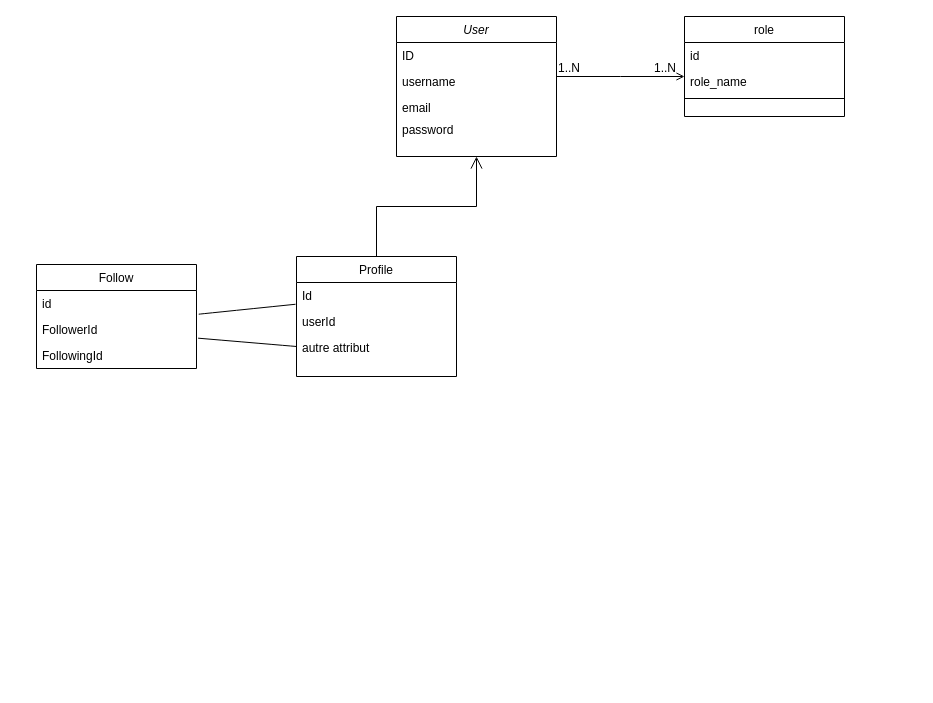
zzemat/Magazine-IMPACT keeps this draw.io diagram as Diagramme sans nom.drawio. Above is the earlier version. Source tidied: cells renumbered, new cells numbered last; positions are measured from the earlier drawing's top-left corner, leaving out a move shared by most shapes. Both pictures are drawn from the tidied source at 100%, with x=0, y=0 at pixel (36, 16).
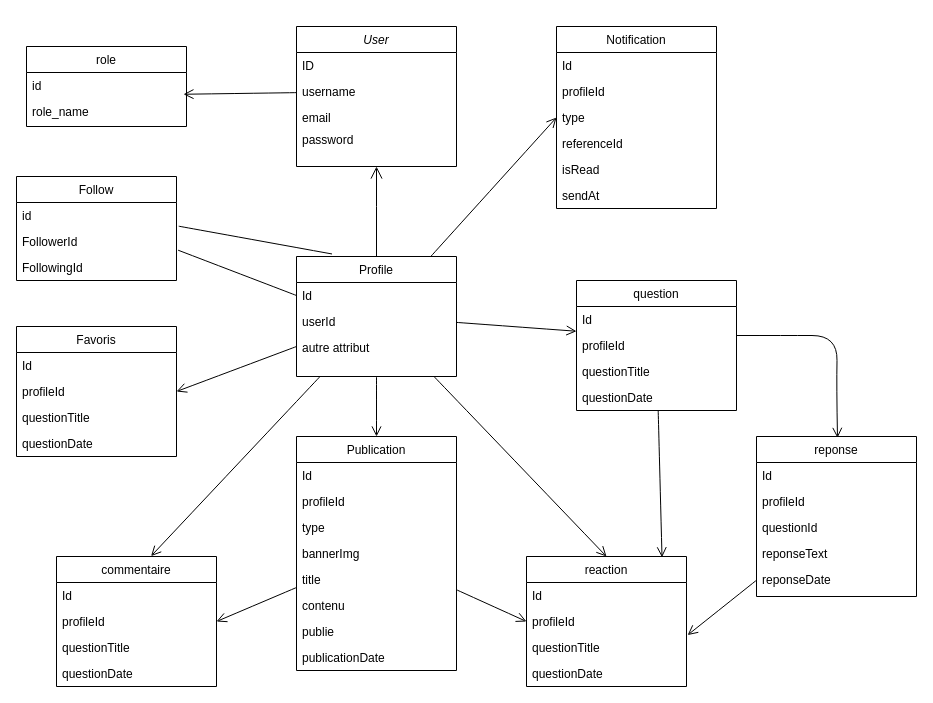
The same diagram, later.

Commit message:
finaliser Diagramme de class

The change refers to these unchanged cells:
```xml
<mxCell id="4" value="username" style="text;align=left;verticalAlign=top;spacingLeft=4;spacingRight=4;overflow=hidden;points=[[0,0.5],[1,0.5]];portConstraint=eastwest;rounded=0;shadow=0;html=0;" parent="2" vertex="1">
  <mxGeometry y="52" width="160" height="26" as="geometry" />
</mxCell>
<mxCell id="7" value="Profile" style="swimlane;fontStyle=0;align=center;verticalAlign=top;horizontal=1;startSize=26;rounded=0;shadow=0;strokeWidth=1;" parent="1" vertex="1">
  <mxGeometry x="260" y="240" width="160" height="120" as="geometry" />
</mxCell>
<mxCell id="8" value="Id" style="text;align=left;verticalAlign=top;spacingLeft=4;spacingRight=4;overflow=hidden;points=[[0,0.5],[1,0.5]];portConstraint=eastwest;" parent="7" vertex="1">
  <mxGeometry y="26" width="160" height="26" as="geometry" />
</mxCell>
<mxCell id="13" value="id" style="text;align=left;verticalAlign=top;spacingLeft=4;spacingRight=4;overflow=hidden;points=[[0,0.5],[1,0.5]];portConstraint=eastwest;" parent="12" vertex="1">
  <mxGeometry y="26" width="160" height="26" as="geometry" />
</mxCell>
<mxCell id="14" value="FollowerId" style="text;align=left;verticalAlign=top;spacingLeft=4;spacingRight=4;overflow=hidden;points=[[0,0.5],[1,0.5]];portConstraint=eastwest;" parent="12" vertex="1">
  <mxGeometry y="52" width="160" height="26" as="geometry" />
</mxCell>
<mxCell id="17" value="id" style="text;align=left;verticalAlign=top;spacingLeft=4;spacingRight=4;overflow=hidden;points=[[0,0.5],[1,0.5]];portConstraint=eastwest;" parent="16" vertex="1">
  <mxGeometry y="26" width="160" height="26" as="geometry" />
</mxCell>
```

What changed in the source:
```diff
@@
     <mxCell id="2" value="User" style="swimlane;fontStyle=2;align=center;verticalAlign=top;horizontal=1;startSize=26;rounded=0;shadow=0;strokeWidth=1;" parent="1" vertex="1">
-      <mxGeometry x="360" width="160" height="140" as="geometry" />
+      <mxGeometry x="260" y="10" width="160" height="140" as="geometry" />
     </mxCell>
@@
+    <mxCell id="25" style="edgeStyle=none;curved=1;rounded=0;jettySize=auto;html=1;entryX=0;entryY=0.5;entryDx=0;entryDy=0;fontSize=12;startSize=8;endSize=8;endArrow=open;endFill=0;" parent="1" edge="1" source="7" target="43">
+      <mxGeometry relative="1" as="geometry" />
+    </mxCell>
+    <mxCell id="26" style="edgeStyle=none;curved=1;rounded=0;jettySize=auto;html=1;entryX=0.5;entryY=0;entryDx=0;entryDy=0;fontSize=12;startSize=8;endSize=8;endArrow=open;endFill=0;" parent="1" edge="1" source="7" target="31">
+      <mxGeometry relative="1" as="geometry" />
+    </mxCell>
+    <mxCell id="27" style="edgeStyle=none;curved=1;rounded=0;jettySize=auto;html=1;entryX=1;entryY=0.5;entryDx=0;entryDy=0;fontSize=12;startSize=8;endSize=8;endArrow=open;endFill=0;" parent="1" edge="1" source="7" target="61">
+      <mxGeometry relative="1" as="geometry" />
+    </mxCell>
+    <mxCell id="28" style="edgeStyle=none;curved=1;rounded=0;jettySize=auto;html=1;entryX=0.5;entryY=0;entryDx=0;entryDy=0;fontSize=12;startSize=8;endSize=8;endArrow=open;endFill=0;" parent="1" edge="1" source="7" target="72">
+      <mxGeometry relative="1" as="geometry" />
+    </mxCell>
@@
     <mxCell id="11" style="endArrow=open;endSize=10;endFill=0;shadow=0;strokeWidth=1;rounded=0;curved=0;edgeStyle=elbowEdgeStyle;elbow=vertical;" parent="1" edge="1" source="7" target="2">
-      <mxGeometry relative="1" as="geometry" />
+      <mxGeometry relative="1" as="geometry">
+        <Array as="points">
+          <mxPoint x="340" y="190" />
+        </Array>
+      </mxGeometry>
     </mxCell>
     <mxCell id="12" value="Follow" style="swimlane;fontStyle=0;align=center;verticalAlign=top;horizontal=1;startSize=26;rounded=0;shadow=0;strokeWidth=1;" parent="1" vertex="1">
-      <mxGeometry y="248" width="160" height="104" as="geometry" />
+      <mxGeometry x="-20" y="160" width="160" height="104" as="geometry" />
     </mxCell>
@@
     <mxCell id="16" value="role" style="swimlane;fontStyle=0;align=center;verticalAlign=top;horizontal=1;startSize=26;rounded=0;shadow=0;strokeWidth=1;" parent="1" vertex="1">
-      <mxGeometry x="648" width="160" height="100" as="geometry" />
+      <mxGeometry x="-10" y="30" width="160" height="80" as="geometry" />
     </mxCell>
@@
-    <mxCell id="19" style="line;html=1;strokeWidth=1;align=left;verticalAlign=middle;spacingTop=-1;spacingLeft=3;spacingRight=3;labelPosition=right;" parent="16" vertex="1">
-      <mxGeometry y="78" width="160" height="8" as="geometry" />
-    </mxCell>
-    <mxCell id="20" style="endArrow=open;shadow=0;strokeWidth=1;rounded=0;curved=0;endFill=1;edgeStyle=elbowEdgeStyle;elbow=vertical;" parent="1" edge="1">
-      <mxGeometry x="0.5" y="41" relative="1" as="geometry">
-        <mxPoint x="520" y="60" as="sourcePoint" />
-        <mxPoint x="648" y="60" as="targetPoint" />
-        <mxPoint x="-40" y="32" as="offset" />
-      </mxGeometry>
-    </mxCell>
-    <mxCell id="21" value="1..N" style="align=left;verticalAlign=bottom;labelBackgroundColor=none;fontSize=12;" parent="20" vertex="1">
-      <mxGeometry x="-1" relative="1" as="geometry" />
-    </mxCell>
-    <mxCell id="22" value="1..N" style="align=right;verticalAlign=bottom;labelBackgroundColor=none;fontSize=12;" parent="20" vertex="1">
-      <mxGeometry x="1" relative="1" as="geometry">
-        <mxPoint x="-7" as="offset" />
-      </mxGeometry>
-    </mxCell>
-    <mxCell id="23" style="edgeStyle=none;curved=1;rounded=0;jettySize=auto;html=1;entryX=-0.006;entryY=0.837;entryDx=0;entryDy=0;entryPerimeter=0;fontSize=12;startSize=8;endSize=8;endArrow=none;endFill=0;exitX=1.014;exitY=0.911;exitDx=0;exitDy=0;exitPerimeter=0;" parent="1" edge="1" source="13" target="8">
+    <mxCell id="23" style="edgeStyle=none;curved=1;rounded=0;jettySize=auto;html=1;entryX=0.222;entryY=-0.021;entryDx=0;entryDy=0;entryPerimeter=0;fontSize=12;startSize=8;endSize=8;endArrow=none;endFill=0;exitX=1.014;exitY=0.911;exitDx=0;exitDy=0;exitPerimeter=0;" parent="1" edge="1" source="13" target="7">
       <mxGeometry relative="1" as="geometry" />
     </mxCell>
-    <mxCell id="24" style="edgeStyle=none;curved=1;rounded=0;jettySize=auto;html=1;entryX=1.01;entryY=0.834;entryDx=0;entryDy=0;entryPerimeter=0;fontSize=12;startSize=8;endSize=8;endArrow=none;endFill=0;exitX=0;exitY=0.75;exitDx=0;exitDy=0;" parent="1" edge="1" source="7" target="14">
+    <mxCell id="24" style="edgeStyle=none;curved=1;rounded=0;jettySize=auto;html=1;entryX=1.01;entryY=0.834;entryDx=0;entryDy=0;entryPerimeter=0;fontSize=12;startSize=8;endSize=8;endArrow=none;endFill=0;exitX=0;exitY=0.5;exitDx=0;exitDy=0;" parent="1" edge="1" source="8" target="14">
       <mxGeometry relative="1" as="geometry" />
     </mxCell>
+    <mxCell id="29" style="edgeStyle=none;curved=1;rounded=0;jettySize=auto;html=1;entryX=1;entryY=0.5;entryDx=0;entryDy=0;fontSize=12;startSize=8;endSize=8;endArrow=open;endFill=0;" parent="1" edge="1" source="31" target="67">
+      <mxGeometry relative="1" as="geometry" />
+    </mxCell>
+    <mxCell id="30" style="edgeStyle=none;curved=1;rounded=0;jettySize=auto;html=1;entryX=0;entryY=0.5;entryDx=0;entryDy=0;fontSize=12;startSize=8;endSize=8;endArrow=open;endFill=0;" parent="1" edge="1" source="31" target="74">
+      <mxGeometry relative="1" as="geometry" />
+    </mxCell>
+    <mxCell id="31" value="Publication" style="swimlane;fontStyle=0;align=center;verticalAlign=top;horizontal=1;startSize=26;rounded=0;shadow=0;strokeWidth=1;" parent="1" vertex="1">
+      <mxGeometry x="260" y="420" width="160" height="234" as="geometry" />
+    </mxCell>
+    <mxCell id="32" value="Id" style="text;align=left;verticalAlign=top;spacingLeft=4;spacingRight=4;overflow=hidden;" parent="31" vertex="1">
+      <mxGeometry y="26" width="160" height="26" as="geometry" />
+    </mxCell>
+    <mxCell id="33" value="profileId" style="text;align=left;verticalAlign=top;spacingLeft=4;spacingRight=4;overflow=hidden;rounded=0;shadow=0;html=0;" parent="31" vertex="1">
+      <mxGeometry y="52" width="160" height="26" as="geometry" />
+    </mxCell>
+    <mxCell id="34" value="type" style="text;align=left;verticalAlign=top;spacingLeft=4;spacingRight=4;overflow=hidden;rounded=0;shadow=0;html=0;" parent="31" vertex="1">
+      <mxGeometry y="78" width="160" height="26" as="geometry" />
+    </mxCell>
+    <mxCell id="35" value="bannerImg" style="text;align=left;verticalAlign=top;spacingLeft=4;spacingRight=4;overflow=hidden;rounded=0;shadow=0;html=0;" parent="31" vertex="1">
+      <mxGeometry y="104" width="160" height="26" as="geometry" />
+    </mxCell>
+    <mxCell id="36" value="title" style="text;align=left;verticalAlign=top;spacingLeft=4;spacingRight=4;overflow=hidden;rounded=0;shadow=0;html=0;" parent="31" vertex="1">
+      <mxGeometry y="130" width="160" height="26" as="geometry" />
+    </mxCell>
+    <mxCell id="37" value="contenu" style="text;align=left;verticalAlign=top;spacingLeft=4;spacingRight=4;overflow=hidden;rounded=0;shadow=0;html=0;" parent="31" vertex="1">
+      <mxGeometry y="156" width="160" height="26" as="geometry" />
+    </mxCell>
+    <mxCell id="38" value="publie" style="text;align=left;verticalAlign=top;spacingLeft=4;spacingRight=4;overflow=hidden;rounded=0;shadow=0;html=0;" parent="31" vertex="1">
+      <mxGeometry y="182" width="160" height="26" as="geometry" />
+    </mxCell>
+    <mxCell id="39" value="publicationDate" style="text;align=left;verticalAlign=top;spacingLeft=4;spacingRight=4;overflow=hidden;rounded=0;shadow=0;html=0;" parent="31" vertex="1">
+      <mxGeometry y="208" width="160" height="26" as="geometry" />
+    </mxCell>
+    <mxCell id="40" value="Notification" style="swimlane;fontStyle=0;align=center;verticalAlign=top;horizontal=1;startSize=26;rounded=0;shadow=0;strokeWidth=1;" parent="1" vertex="1">
+      <mxGeometry x="520" y="10" width="160" height="182" as="geometry" />
+    </mxCell>
+    <mxCell id="41" value="Id" style="text;align=left;verticalAlign=top;spacingLeft=4;spacingRight=4;overflow=hidden;" parent="40" vertex="1">
+      <mxGeometry y="26" width="160" height="26" as="geometry" />
+    </mxCell>
+    <mxCell id="42" value="profileId" style="text;align=left;verticalAlign=top;spacingLeft=4;spacingRight=4;overflow=hidden;rounded=0;shadow=0;html=0;" parent="40" vertex="1">
+      <mxGeometry y="52" width="160" height="26" as="geometry" />
+    </mxCell>
+    <mxCell id="43" value="type" style="text;align=left;verticalAlign=top;spacingLeft=4;spacingRight=4;overflow=hidden;points=[[0,0.5],[1,0.5]];portConstraint=eastwest;rounded=0;shadow=0;html=0;" parent="40" vertex="1">
+      <mxGeometry y="78" width="160" height="26" as="geometry" />
+    </mxCell>
+    <mxCell id="44" value="referenceId" style="text;align=left;verticalAlign=top;spacingLeft=4;spacingRight=4;overflow=hidden;rounded=0;shadow=0;html=0;" parent="40" vertex="1">
+      <mxGeometry y="104" width="160" height="26" as="geometry" />
+    </mxCell>
+    <mxCell id="45" value="isRead" style="text;align=left;verticalAlign=top;spacingLeft=4;spacingRight=4;overflow=hidden;rounded=0;shadow=0;html=0;" parent="40" vertex="1">
+      <mxGeometry y="130" width="160" height="26" as="geometry" />
+    </mxCell>
+    <mxCell id="46" value="sendAt" style="text;align=left;verticalAlign=top;spacingLeft=4;spacingRight=4;overflow=hidden;rounded=0;shadow=0;html=0;" parent="40" vertex="1">
+      <mxGeometry y="156" width="160" height="26" as="geometry" />
+    </mxCell>
+    <mxCell id="47" value="question" style="swimlane;fontStyle=0;align=center;verticalAlign=top;horizontal=1;startSize=26;rounded=0;shadow=0;strokeWidth=1;" parent="1" vertex="1">
+      <mxGeometry x="540" y="264" width="160" height="130" as="geometry" />
+    </mxCell>
+    <mxCell id="48" value="Id" style="text;align=left;verticalAlign=top;spacingLeft=4;spacingRight=4;overflow=hidden;points=[[0,0.5],[1,0.5]];portConstraint=eastwest;" parent="47" vertex="1">
+      <mxGeometry y="26" width="160" height="26" as="geometry" />
+    </mxCell>
+    <mxCell id="49" value="profileId" style="text;align=left;verticalAlign=top;spacingLeft=4;spacingRight=4;overflow=hidden;rounded=0;shadow=0;html=0;" parent="47" vertex="1">
+      <mxGeometry y="52" width="160" height="26" as="geometry" />
+    </mxCell>
+    <mxCell id="50" value="questionTitle" style="text;align=left;verticalAlign=top;spacingLeft=4;spacingRight=4;overflow=hidden;rounded=0;shadow=0;html=0;" parent="47" vertex="1">
+      <mxGeometry y="78" width="160" height="26" as="geometry" />
+    </mxCell>
+    <mxCell id="51" value="questionDate" style="text;align=left;verticalAlign=top;spacingLeft=4;spacingRight=4;overflow=hidden;rounded=0;shadow=0;html=0;" parent="47" vertex="1">
+      <mxGeometry y="104" width="160" height="26" as="geometry" />
+    </mxCell>
+    <mxCell id="52" style="edgeStyle=none;curved=1;rounded=0;jettySize=auto;html=1;fontSize=12;startSize=8;endSize=8;endArrow=open;endFill=0;entryX=0;entryY=0.952;entryDx=0;entryDy=0;entryPerimeter=0;" parent="1" edge="1" source="7" target="48">
+      <mxGeometry relative="1" as="geometry" />
+    </mxCell>
+    <mxCell id="53" value="reponse" style="swimlane;fontStyle=0;align=center;verticalAlign=top;horizontal=1;startSize=26;rounded=0;shadow=0;strokeWidth=1;" parent="1" vertex="1">
+      <mxGeometry x="720" y="420" width="160" height="160" as="geometry" />
+    </mxCell>
+    <mxCell id="54" value="Id" style="text;align=left;verticalAlign=top;spacingLeft=4;spacingRight=4;overflow=hidden;" parent="53" vertex="1">
+      <mxGeometry y="26" width="160" height="26" as="geometry" />
+    </mxCell>
+    <mxCell id="55" value="profileId" style="text;align=left;verticalAlign=top;spacingLeft=4;spacingRight=4;overflow=hidden;rounded=0;shadow=0;html=0;" parent="53" vertex="1">
+      <mxGeometry y="52" width="160" height="26" as="geometry" />
+    </mxCell>
+    <mxCell id="56" value="questionId" style="text;align=left;verticalAlign=top;spacingLeft=4;spacingRight=4;overflow=hidden;rounded=0;shadow=0;html=0;" parent="53" vertex="1">
+      <mxGeometry y="78" width="160" height="26" as="geometry" />
+    </mxCell>
+    <mxCell id="57" value="reponseText" style="text;align=left;verticalAlign=top;spacingLeft=4;spacingRight=4;overflow=hidden;rounded=0;shadow=0;html=0;" parent="53" vertex="1">
+      <mxGeometry y="104" width="160" height="26" as="geometry" />
+    </mxCell>
+    <mxCell id="58" value="reponseDate" style="text;align=left;verticalAlign=top;spacingLeft=4;spacingRight=4;overflow=hidden;rounded=0;shadow=0;html=0;" parent="53" vertex="1">
+      <mxGeometry y="130" width="160" height="26" as="geometry" />
+    </mxCell>
+    <mxCell id="59" value="Favoris" style="swimlane;fontStyle=0;align=center;verticalAlign=top;horizontal=1;startSize=26;rounded=0;shadow=0;strokeWidth=1;" parent="1" vertex="1">
+      <mxGeometry x="-20" y="310" width="160" height="130" as="geometry" />
+    </mxCell>
+    <mxCell id="60" value="Id" style="text;align=left;verticalAlign=top;spacingLeft=4;spacingRight=4;overflow=hidden;" parent="59" vertex="1">
+      <mxGeometry y="26" width="160" height="26" as="geometry" />
+    </mxCell>
+    <mxCell id="61" value="profileId" style="text;align=left;verticalAlign=top;spacingLeft=4;spacingRight=4;overflow=hidden;points=[[0,0.5],[1,0.5]];portConstraint=eastwest;rounded=0;shadow=0;html=0;" parent="59" vertex="1">
+      <mxGeometry y="52" width="160" height="26" as="geometry" />
+    </mxCell>
+    <mxCell id="62" value="questionTitle" style="text;align=left;verticalAlign=top;spacingLeft=4;spacingRight=4;overflow=hidden;rounded=0;shadow=0;html=0;" parent="59" vertex="1">
+      <mxGeometry y="78" width="160" height="26" as="geometry" />
+    </mxCell>
+    <mxCell id="63" value="questionDate" style="text;align=left;verticalAlign=top;spacingLeft=4;spacingRight=4;overflow=hidden;rounded=0;shadow=0;html=0;" parent="59" vertex="1">
+      <mxGeometry y="104" width="160" height="26" as="geometry" />
+    </mxCell>
+    <mxCell id="64" style="edgeStyle=none;curved=1;rounded=0;orthogonalLoop=1;jettySize=auto;html=1;entryX=0.569;entryY=0.015;entryDx=0;entryDy=0;entryPerimeter=0;fontSize=12;startSize=8;endSize=8;endArrow=open;endFill=0;" parent="1" edge="1">
+      <mxGeometry relative="1" as="geometry">
+        <mxPoint x="700" y="319" as="sourcePoint" />
+        <mxPoint x="801" y="421.4" as="targetPoint" />
+        <Array as="points">
+          <mxPoint x="750" y="319" />
+          <mxPoint x="801" y="319" />
+          <mxPoint x="800" y="369" />
+        </Array>
+      </mxGeometry>
+    </mxCell>
+    <mxCell id="65" value="commentaire" style="swimlane;fontStyle=0;align=center;verticalAlign=top;horizontal=1;startSize=26;rounded=0;shadow=0;strokeWidth=1;" parent="1" vertex="1">
+      <mxGeometry x="20" y="540" width="160" height="130" as="geometry" />
+    </mxCell>
+    <mxCell id="66" value="Id" style="text;align=left;verticalAlign=top;spacingLeft=4;spacingRight=4;overflow=hidden;" parent="65" vertex="1">
+      <mxGeometry y="26" width="160" height="26" as="geometry" />
+    </mxCell>
+    <mxCell id="67" value="profileId" style="text;align=left;verticalAlign=top;spacingLeft=4;spacingRight=4;overflow=hidden;points=[[0,0.5],[1,0.5]];portConstraint=eastwest;rounded=0;shadow=0;html=0;" parent="65" vertex="1">
+      <mxGeometry y="52" width="160" height="26" as="geometry" />
+    </mxCell>
+    <mxCell id="68" value="questionTitle" style="text;align=left;verticalAlign=top;spacingLeft=4;spacingRight=4;overflow=hidden;rounded=0;shadow=0;html=0;" parent="65" vertex="1">
+      <mxGeometry y="78" width="160" height="26" as="geometry" />
+    </mxCell>
+    <mxCell id="69" value="questionDate" style="text;align=left;verticalAlign=top;spacingLeft=4;spacingRight=4;overflow=hidden;rounded=0;shadow=0;html=0;" parent="65" vertex="1">
+      <mxGeometry y="104" width="160" height="26" as="geometry" />
+    </mxCell>
+    <mxCell id="70" style="edgeStyle=none;curved=1;rounded=0;jettySize=auto;html=1;entryX=0.981;entryY=0.837;entryDx=0;entryDy=0;entryPerimeter=0;fontSize=12;startSize=8;endSize=8;endArrow=open;endFill=0;" parent="1" edge="1" source="4" target="17">
+      <mxGeometry relative="1" as="geometry" />
+    </mxCell>
+    <mxCell id="71" style="edgeStyle=none;curved=1;rounded=0;jettySize=auto;html=1;entryX=0.591;entryY=-0.003;entryDx=0;entryDy=0;entryPerimeter=0;fontSize=12;startSize=8;endSize=8;endArrow=open;endFill=0;" parent="1" edge="1" source="7" target="65">
+      <mxGeometry relative="1" as="geometry" />
+    </mxCell>
+    <mxCell id="72" value="reaction" style="swimlane;fontStyle=0;align=center;verticalAlign=top;horizontal=1;startSize=26;rounded=0;shadow=0;strokeWidth=1;" parent="1" vertex="1">
+      <mxGeometry x="490" y="540" width="160" height="130" as="geometry" />
+    </mxCell>
+    <mxCell id="73" value="Id" style="text;align=left;verticalAlign=top;spacingLeft=4;spacingRight=4;overflow=hidden;" parent="72" vertex="1">
+      <mxGeometry y="26" width="160" height="26" as="geometry" />
+    </mxCell>
+    <mxCell id="74" value="profileId" style="text;align=left;verticalAlign=top;spacingLeft=4;spacingRight=4;overflow=hidden;points=[[0,0.5],[1,0.5]];portConstraint=eastwest;rounded=0;shadow=0;html=0;" parent="72" vertex="1">
+      <mxGeometry y="52" width="160" height="26" as="geometry" />
+    </mxCell>
+    <mxCell id="75" value="questionTitle" style="text;align=left;verticalAlign=top;spacingLeft=4;spacingRight=4;overflow=hidden;points=[[0,0.5],[1,0.5]];portConstraint=eastwest;rounded=0;shadow=0;html=0;" parent="72" vertex="1">
+      <mxGeometry y="78" width="160" height="26" as="geometry" />
+    </mxCell>
+    <mxCell id="76" value="questionDate" style="text;align=left;verticalAlign=top;spacingLeft=4;spacingRight=4;overflow=hidden;rounded=0;shadow=0;html=0;" parent="72" vertex="1">
+      <mxGeometry y="104" width="160" height="26" as="geometry" />
+    </mxCell>
+    <mxCell id="77" style="edgeStyle=none;curved=1;rounded=0;jettySize=auto;html=1;entryX=0.847;entryY=0.006;entryDx=0;entryDy=0;entryPerimeter=0;fontSize=12;startSize=8;endSize=8;endArrow=open;endFill=0;" parent="1" edge="1" source="47" target="72">
+      <mxGeometry relative="1" as="geometry" />
+    </mxCell>
+    <mxCell id="78" style="edgeStyle=none;curved=1;rounded=0;jettySize=auto;html=1;entryX=1.007;entryY=0.023;entryDx=0;entryDy=0;entryPerimeter=0;fontSize=12;startSize=8;endSize=8;endArrow=open;endFill=0;" parent="1" edge="1" source="53" target="75">
+      <mxGeometry relative="1" as="geometry" />
+    </mxCell>
```
